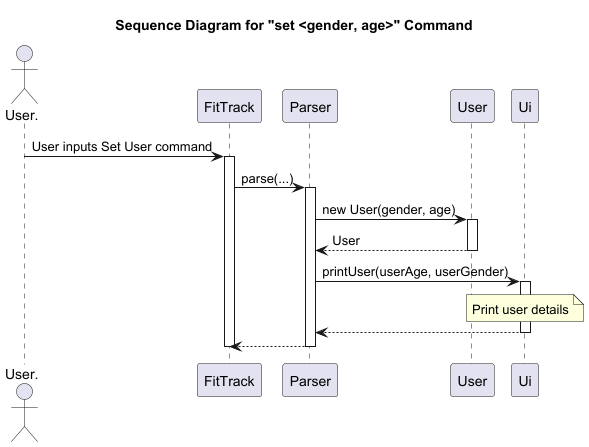
Before: docs/Images/Sequence_SetUser.png, a diagram exported from PlantUML (nus-cs2113-AY2425S1/tp).
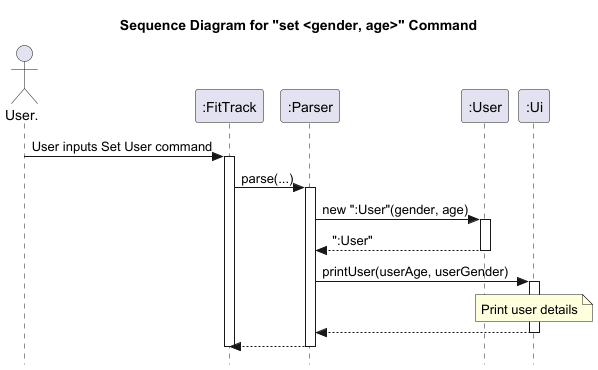
After the commit.

Diff of the diagram source:
```diff
@@ -1,29 +1,30 @@
 @startuml
 title Sequence Diagram for "set <gender, age>" Command
+skinparam style strictuml
 
 actor User.
 
-User. -> FitTrack: User inputs Set User command
+User. -> ":FitTrack": User inputs Set User command
 
-activate FitTrack
-FitTrack -> Parser: parse(...)
-activate Parser
+activate ":FitTrack"
+":FitTrack" -> ":Parser": parse(...)
+activate ":Parser"
 
-Parser -> User: new User(gender, age)
-activate User
-User --> Parser: User
-deactivate User
+":Parser" -> ":User": new ":User"(gender, age)
+activate ":User"
+":User" --> ":Parser": ":User"
+deactivate ":User"
 
-Parser -> Ui: printUser(userAge, userGender)
-activate Ui
+":Parser" -> ":Ui": printUser(userAge, userGender)
+activate ":Ui"
 
-note over Ui
+note over ":Ui"
     Print user details
 end note
-Ui --> Parser
-deactivate Ui
-Parser --> FitTrack
-deactivate Parser
-deactivate FitTrack
+":Ui" --> ":Parser"
+deactivate ":Ui"
+":Parser" --> ":FitTrack"
+deactivate ":Parser"
+deactivate ":FitTrack"
 
 @enduml
```
